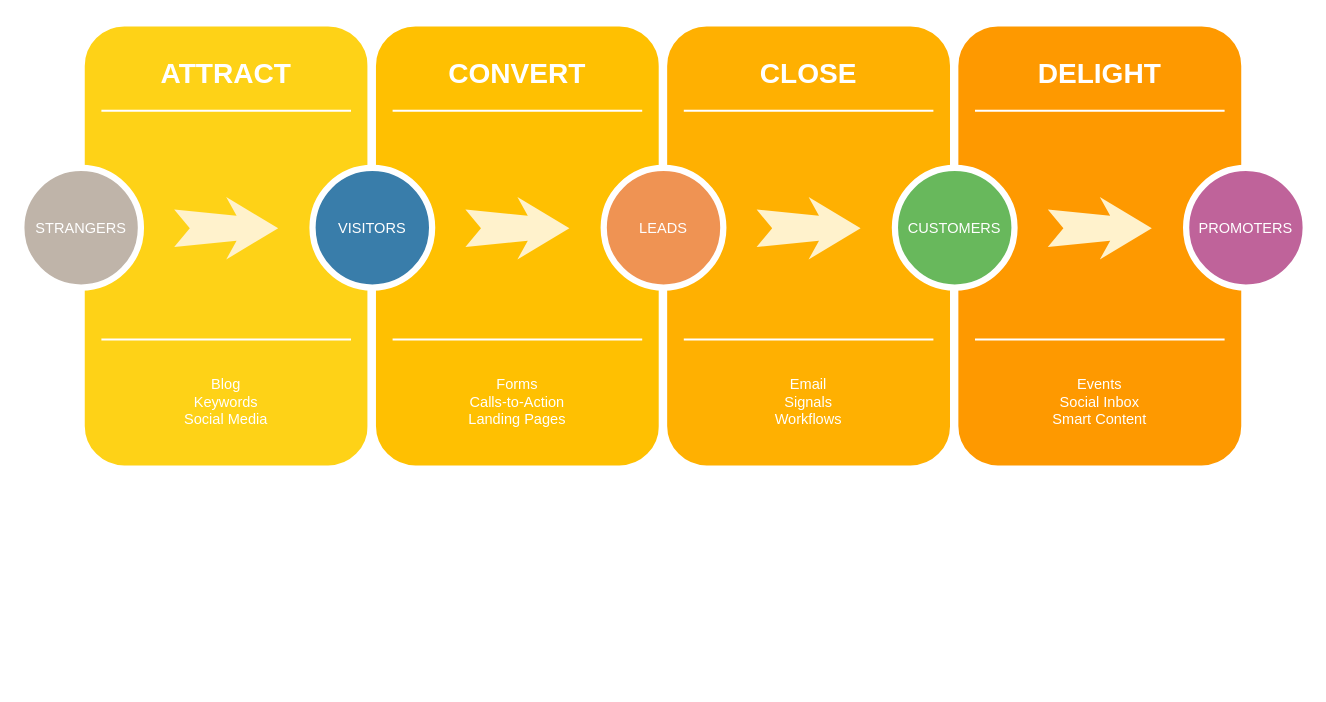
The draw.io diagram EDU/汇聚情况.drawio in redcomet88/DRAW, before the edit. Source tidied: cells renumbered, new cells numbered last; positions are measured from the earlier drawing's top-left corner, leaving out a move shared by most shapes. Both pictures are drawn from the tidied source at 104%, with x=0, y=0 at pixel (21, 22).
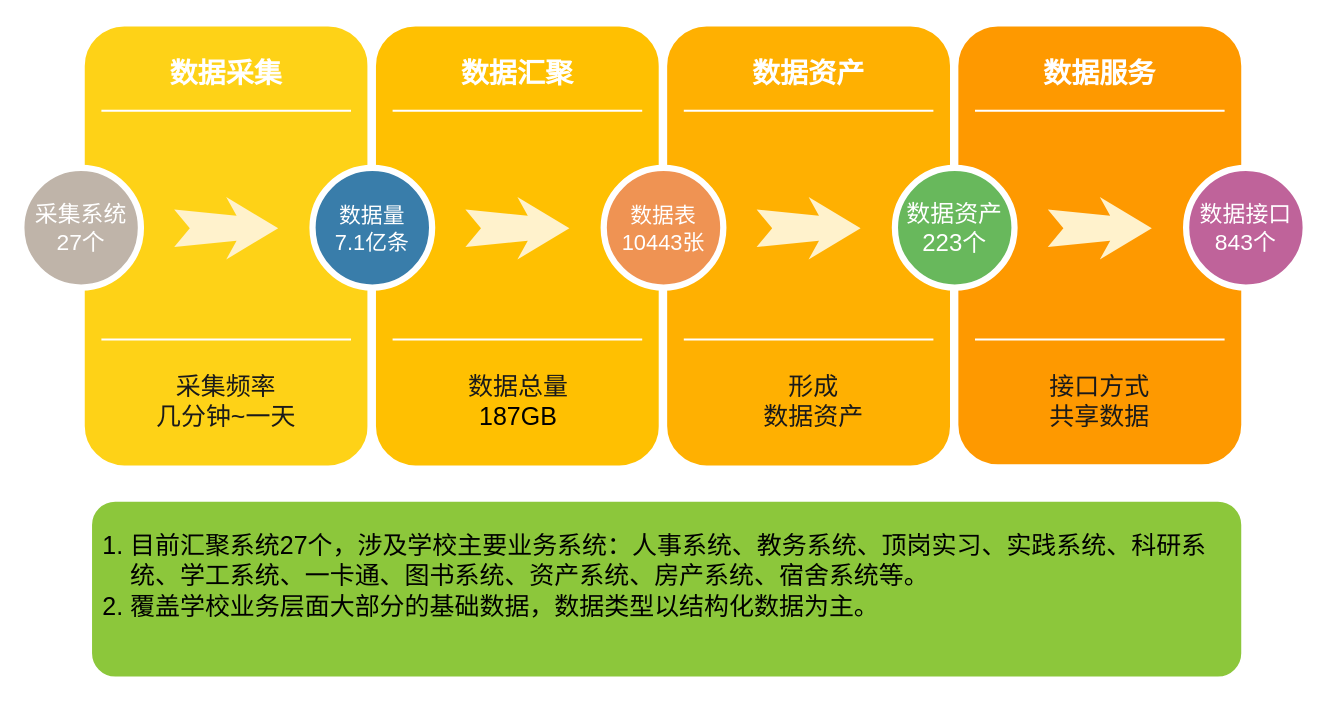
The same diagram, later.

Commit message:
更新汇聚情况.drawio

What changed in the source:
```diff
@@
-    <mxCell id="3" value="ATTRACT" style="text;html=1;strokeColor=none;fillColor=none;align=center;verticalAlign=middle;whiteSpace=wrap;rounded=0;shadow=0;fontSize=27;fontColor=#FFFFFF;fontStyle=1;" parent="1" vertex="1">
+    <mxCell id="3" value="数据采集" style="text;html=1;strokeColor=none;fillColor=none;align=center;verticalAlign=middle;whiteSpace=wrap;rounded=0;shadow=0;fontSize=27;fontColor=#FFFFFF;fontStyle=1;" parent="1" vertex="1">
       <mxGeometry x="57" y="20" width="280" height="60" as="geometry" />
     </mxCell>
-    <mxCell id="4" value="Blog&lt;div&gt;Keywords&lt;/div&gt;&lt;div&gt;Social Media&lt;/div&gt;" style="text;html=1;strokeColor=none;fillColor=none;align=center;verticalAlign=middle;whiteSpace=wrap;rounded=0;shadow=0;fontSize=14;fontColor=#FFFFFF;" parent="1" vertex="1">
+    <mxCell id="4" value="&lt;font style=&quot;font-size: 24px;&quot;&gt;&lt;font color=&quot;#1a1a1a&quot;&gt;采集频率&lt;br&gt;几分钟~一天&lt;/font&gt;&lt;br&gt;&lt;/font&gt;" style="text;html=1;strokeColor=none;fillColor=none;align=center;verticalAlign=middle;whiteSpace=wrap;rounded=0;shadow=0;fontSize=14;fontColor=#FFFFFF;" parent="1" vertex="1">
       <mxGeometry x="57" y="320" width="280" height="90" as="geometry" />
     </mxCell>
@@
-    <mxCell id="7" value="STRANGERS" style="ellipse;whiteSpace=wrap;html=1;rounded=0;shadow=0;strokeWidth=6;fontSize=14;align=center;fillColor=#BFB4A9;strokeColor=#FFFFFF;fontColor=#FFFFFF;" parent="1" vertex="1">
+    <mxCell id="7" value="采集系统&lt;br style=&quot;font-size: 22px;&quot;&gt;27个" style="ellipse;whiteSpace=wrap;html=1;rounded=0;shadow=0;strokeWidth=6;fontSize=22;align=center;fillColor=#BFB4A9;strokeColor=#FFFFFF;fontColor=#FFFFFF;" parent="1" vertex="1">
       <mxGeometry y="140" width="115" height="115" as="geometry" />
     </mxCell>
@@
-    <mxCell id="10" value="CONVERT" style="text;html=1;strokeColor=none;fillColor=none;align=center;verticalAlign=middle;whiteSpace=wrap;rounded=0;shadow=0;fontSize=27;fontColor=#FFFFFF;fontStyle=1;" parent="1" vertex="1">
+    <mxCell id="10" value="数据汇聚" style="text;html=1;strokeColor=none;fillColor=none;align=center;verticalAlign=middle;whiteSpace=wrap;rounded=0;shadow=0;fontSize=27;fontColor=#FFFFFF;fontStyle=1;" parent="1" vertex="1">
       <mxGeometry x="337" y="20" width="280" height="60" as="geometry" />
     </mxCell>
-    <mxCell id="11" value="Forms&lt;div&gt;Calls-to-Action&lt;/div&gt;&lt;div&gt;Landing Pages&lt;/div&gt;" style="text;html=1;strokeColor=none;fillColor=none;align=center;verticalAlign=middle;whiteSpace=wrap;rounded=0;shadow=0;fontSize=14;fontColor=#FFFFFF;" parent="1" vertex="1">
-      <mxGeometry x="337" y="320" width="280" height="90" as="geometry" />
-    </mxCell>
@@
-    <mxCell id="14" value="VISITORS" style="ellipse;whiteSpace=wrap;html=1;rounded=0;shadow=0;strokeWidth=6;fontSize=14;align=center;fillColor=#397DAA;strokeColor=#FFFFFF;fontColor=#FFFFFF;" parent="1" vertex="1">
+    <mxCell id="14" value="数据量&lt;br style=&quot;font-size: 21px;&quot;&gt;7.1亿条" style="ellipse;whiteSpace=wrap;html=1;rounded=0;shadow=0;strokeWidth=6;fontSize=21;align=center;fillColor=#397DAA;strokeColor=#FFFFFF;fontColor=#FFFFFF;" parent="1" vertex="1">
       <mxGeometry x="280" y="140" width="115" height="115" as="geometry" />
     </mxCell>
@@
-    <mxCell id="17" value="CLOSE" style="text;html=1;strokeColor=none;fillColor=none;align=center;verticalAlign=middle;whiteSpace=wrap;rounded=0;shadow=0;fontSize=27;fontColor=#FFFFFF;fontStyle=1;" parent="1" vertex="1">
+    <mxCell id="17" value="数据资产" style="text;html=1;strokeColor=none;fillColor=none;align=center;verticalAlign=middle;whiteSpace=wrap;rounded=0;shadow=0;fontSize=27;fontColor=#FFFFFF;fontStyle=1;" parent="1" vertex="1">
       <mxGeometry x="617" y="20" width="280" height="60" as="geometry" />
     </mxCell>
-    <mxCell id="18" value="Email&lt;div&gt;Signals&lt;/div&gt;&lt;div&gt;Workflows&lt;/div&gt;" style="text;html=1;strokeColor=none;fillColor=none;align=center;verticalAlign=middle;whiteSpace=wrap;rounded=0;shadow=0;fontSize=14;fontColor=#FFFFFF;" parent="1" vertex="1">
-      <mxGeometry x="617" y="320" width="280" height="90" as="geometry" />
-    </mxCell>
@@
-    <mxCell id="21" value="LEADS" style="ellipse;whiteSpace=wrap;html=1;rounded=0;shadow=0;strokeWidth=6;fontSize=14;align=center;fillColor=#EF9353;strokeColor=#FFFFFF;fontColor=#FFFFFF;" parent="1" vertex="1">
+    <mxCell id="21" value="数据表&lt;br style=&quot;font-size: 21px;&quot;&gt;10443张" style="ellipse;whiteSpace=wrap;html=1;rounded=0;shadow=0;strokeWidth=6;fontSize=21;align=center;fillColor=#EF9353;strokeColor=#FFFFFF;fontColor=#FFFFFF;" parent="1" vertex="1">
       <mxGeometry x="560" y="140" width="115" height="115" as="geometry" />
     </mxCell>
@@
     <mxCell id="23" style="whiteSpace=wrap;html=1;rounded=1;shadow=0;strokeWidth=8;fontSize=20;align=center;fillColor=#FE9900;strokeColor=#FFFFFF;" parent="1" vertex="1">
-      <mxGeometry x="897" width="280" height="430" as="geometry" />
+      <mxGeometry x="897" width="280" height="429" as="geometry" />
     </mxCell>
-    <mxCell id="24" value="DELIGHT" style="text;html=1;strokeColor=none;fillColor=none;align=center;verticalAlign=middle;whiteSpace=wrap;rounded=0;shadow=0;fontSize=27;fontColor=#FFFFFF;fontStyle=1;" parent="1" vertex="1">
+    <mxCell id="24" value="数据服务" style="text;html=1;strokeColor=none;fillColor=none;align=center;verticalAlign=middle;whiteSpace=wrap;rounded=0;shadow=0;fontSize=27;fontColor=#FFFFFF;fontStyle=1;" parent="1" vertex="1">
       <mxGeometry x="897" y="20" width="280" height="60" as="geometry" />
     </mxCell>
-    <mxCell id="25" value="Events&lt;div&gt;Social Inbox&lt;/div&gt;&lt;div&gt;Smart Content&lt;/div&gt;" style="text;html=1;strokeColor=none;fillColor=none;align=center;verticalAlign=middle;whiteSpace=wrap;rounded=0;shadow=0;fontSize=14;fontColor=#FFFFFF;" parent="1" vertex="1">
-      <mxGeometry x="897" y="320" width="280" height="90" as="geometry" />
-    </mxCell>
@@
-    <mxCell id="28" value="CUSTOMERS" style="ellipse;whiteSpace=wrap;html=1;rounded=0;shadow=0;strokeWidth=6;fontSize=14;align=center;fillColor=#68B85C;strokeColor=#FFFFFF;fontColor=#FFFFFF;" parent="1" vertex="1">
+    <mxCell id="28" value="数据资产&lt;br style=&quot;font-size: 23px;&quot;&gt;223个&lt;br style=&quot;font-size: 23px;&quot;&gt;" style="ellipse;whiteSpace=wrap;html=1;rounded=0;shadow=0;strokeWidth=6;fontSize=23;align=center;fillColor=#68B85C;strokeColor=#FFFFFF;fontColor=#FFFFFF;" parent="1" vertex="1">
       <mxGeometry x="840" y="140" width="115" height="115" as="geometry" />
     </mxCell>
@@
-    <mxCell id="30" value="PROMOTERS" style="ellipse;whiteSpace=wrap;html=1;rounded=0;shadow=0;strokeWidth=6;fontSize=14;align=center;fillColor=#BF639A;strokeColor=#FFFFFF;fontColor=#FFFFFF;" parent="1" vertex="1">
+    <mxCell id="30" value="数据接口&lt;br style=&quot;font-size: 22px;&quot;&gt;843个" style="ellipse;whiteSpace=wrap;html=1;rounded=0;shadow=0;strokeWidth=6;fontSize=22;align=center;fillColor=#BF639A;strokeColor=#FFFFFF;fontColor=#FFFFFF;" parent="1" vertex="1">
       <mxGeometry x="1120" y="140" width="115" height="115" as="geometry" />
     </mxCell>
+    <mxCell id="31" value="&lt;div style=&quot;font-size: 24px;&quot;&gt;&lt;ol&gt;&lt;li style=&quot;text-align: left;&quot;&gt;&lt;span style=&quot;background-color: initial;&quot;&gt;目前汇聚系统27个，涉及学校主要业务系统：人事系统、教务系统、顶岗实习、实践系统、科研系统、学工系统、一卡通、图书系统、资产系统、房产系统、宿舍系统等。&lt;/span&gt;&lt;/li&gt;&lt;li style=&quot;text-align: left;&quot;&gt;&lt;span style=&quot;background-color: initial;&quot;&gt;覆盖学校业务层面大部分的基础数据，数据类型以结构化数据为主。&lt;/span&gt;&lt;/li&gt;&lt;/ol&gt;&lt;/div&gt;&lt;div style=&quot;&quot;&gt;&lt;br&gt;&lt;/div&gt;" style="whiteSpace=wrap;html=1;rounded=1;shadow=0;strokeWidth=8;fontSize=20;align=center;fillColor=#8CC73B;strokeColor=#FFFFFF;" parent="1" vertex="1">
+      <mxGeometry x="64" y="457" width="1113" height="176" as="geometry" />
+    </mxCell>
+    <mxCell id="32" value="&lt;font style=&quot;font-size: 24px;&quot;&gt;&lt;font color=&quot;#1a1a1a&quot;&gt;接口方式&lt;br&gt;共享数据&lt;/font&gt;&lt;br&gt;&lt;/font&gt;" style="text;html=1;strokeColor=none;fillColor=none;align=center;verticalAlign=middle;whiteSpace=wrap;rounded=0;shadow=0;fontSize=14;fontColor=#FFFFFF;" parent="1" vertex="1">
+      <mxGeometry x="897" y="320" width="280" height="90" as="geometry" />
+    </mxCell>
+    <mxCell id="33" value="&lt;font style=&quot;font-size: 24px;&quot;&gt;&lt;font color=&quot;#1a1a1a&quot;&gt;形成&lt;br&gt;数据资产&lt;/font&gt;&lt;br&gt;&lt;/font&gt;" style="text;html=1;strokeColor=none;fillColor=none;align=center;verticalAlign=middle;whiteSpace=wrap;rounded=0;shadow=0;fontSize=14;fontColor=#FFFFFF;" parent="1" vertex="1">
+      <mxGeometry x="622" y="320" width="280" height="90" as="geometry" />
+    </mxCell>
+    <mxCell id="34" value="&lt;font style=&quot;font-size: 24px;&quot;&gt;&lt;font color=&quot;#1a1a1a&quot;&gt;数据总量&lt;br&gt;&lt;/font&gt;&lt;font color=&quot;#000000&quot;&gt;187GB&lt;/font&gt;&lt;br&gt;&lt;/font&gt;" style="text;html=1;strokeColor=none;fillColor=none;align=center;verticalAlign=middle;whiteSpace=wrap;rounded=0;shadow=0;fontSize=14;fontColor=#FFFFFF;" parent="1" vertex="1">
+      <mxGeometry x="338" y="320" width="280" height="90" as="geometry" />
+    </mxCell>
```
